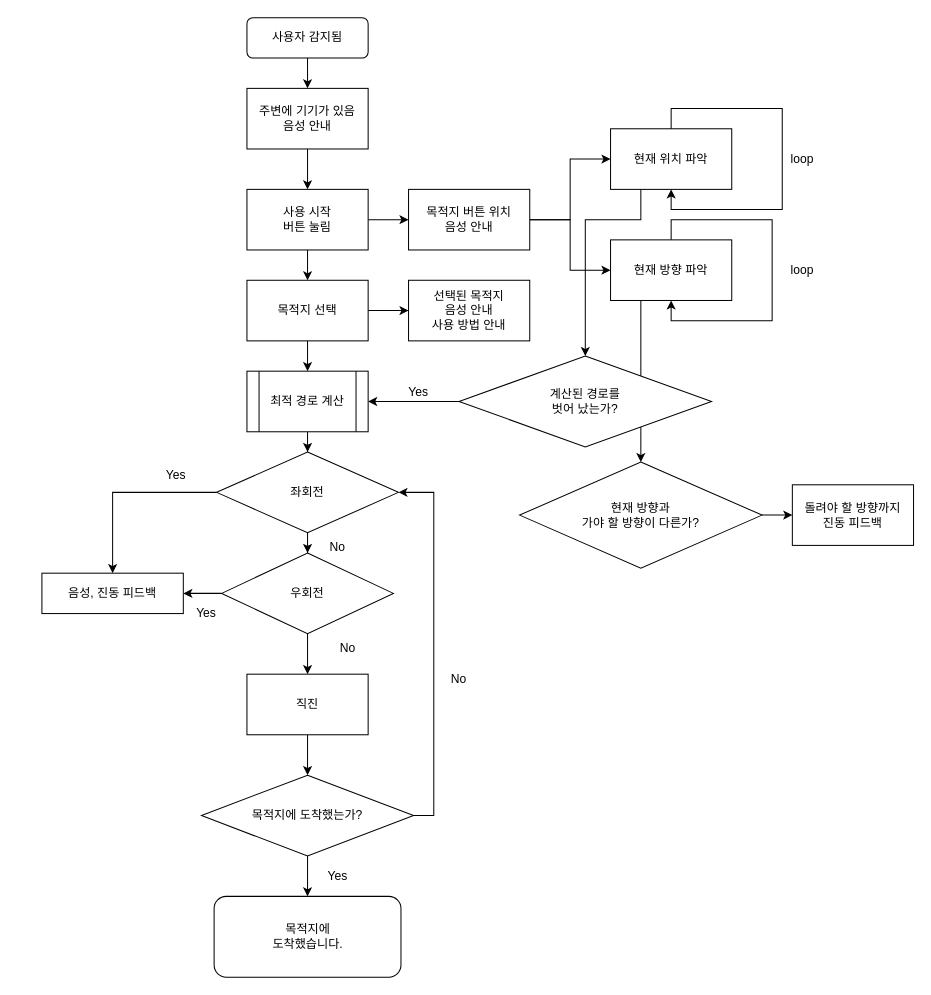
Earlier version of the draw.io diagram 보행기 전체 동작.drawio (alalai012/Memo). Source tidied: cells renumbered, new cells numbered last; positions are measured from the earlier drawing's top-left corner, leaving out a move shared by most shapes. Both pictures are drawn from the tidied source at 101%, with x=0, y=0 at pixel (41, 17).
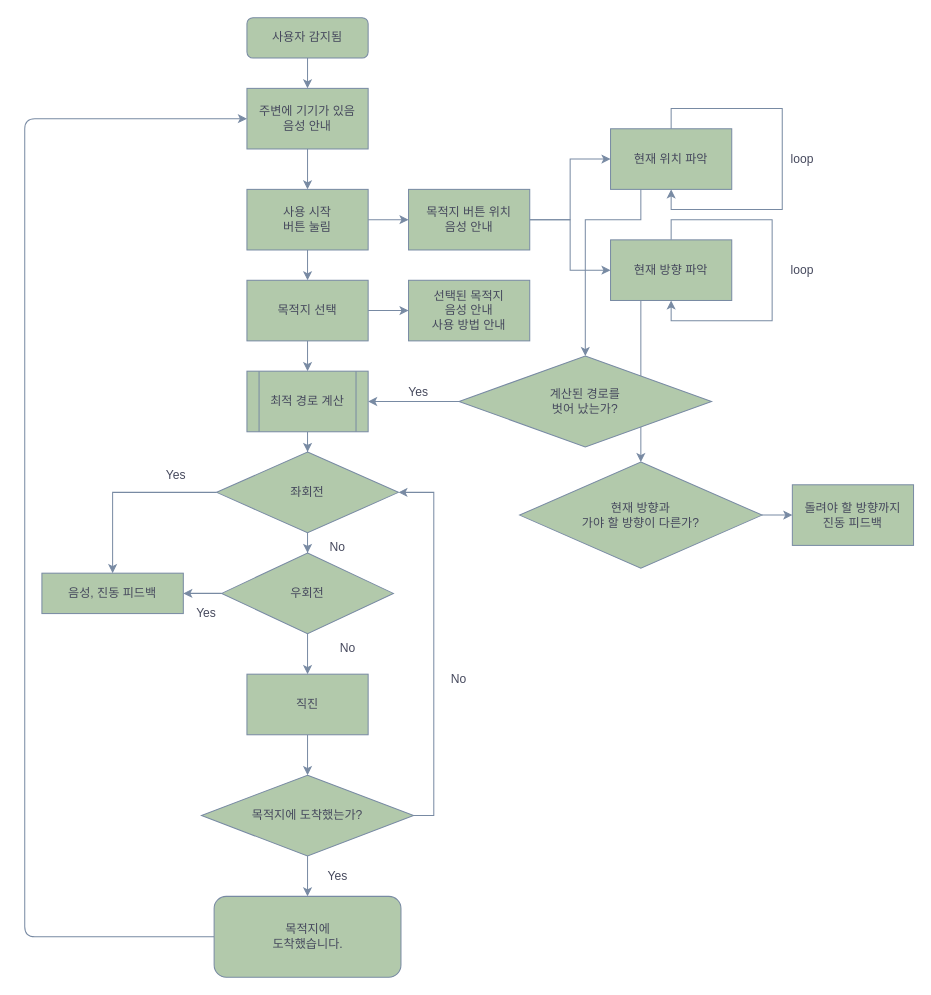
The same page after the edit.

Commit message:
Update 보행기 전체 동작.drawio

The edit, as a diff of the source:
```diff
@@
-    <mxCell id="2" style="edgeStyle=orthogonalEdgeStyle;rounded=0;jettySize=auto;html=1;entryX=0.5;entryY=0;entryDx=0;entryDy=0;" parent="1" edge="1" source="3" target="13">
+    <mxCell id="2" style="edgeStyle=orthogonalEdgeStyle;rounded=0;jettySize=auto;html=1;entryX=0.5;entryY=0;entryDx=0;entryDy=0;strokeColor=#788AA3;fontColor=#46495D;" parent="1" edge="1" source="3" target="13">
       <mxGeometry relative="1" as="geometry" />
     </mxCell>
-    <mxCell id="3" value="사용자 감지됨" style="rounded=1;whiteSpace=wrap;html=1;fontSize=12;glass=0;strokeWidth=1;shadow=0;" parent="1" vertex="1">
+    <mxCell id="3" value="사용자 감지됨" style="rounded=1;whiteSpace=wrap;html=1;fontSize=12;glass=0;strokeWidth=1;shadow=0;fillColor=#B2C9AB;strokeColor=#788AA3;fontColor=#46495D;" parent="1" vertex="1">
       <mxGeometry x="203" width="120" height="40" as="geometry" />
     </mxCell>
-    <mxCell id="4" style="edgeStyle=orthogonalEdgeStyle;rounded=0;jettySize=auto;html=1;" parent="1" edge="1" source="6" target="16">
+    <mxCell id="4" style="edgeStyle=orthogonalEdgeStyle;rounded=0;jettySize=auto;html=1;strokeColor=#788AA3;fontColor=#46495D;" parent="1" edge="1" source="6" target="16">
       <mxGeometry relative="1" as="geometry" />
     </mxCell>
-    <mxCell id="5" style="edgeStyle=orthogonalEdgeStyle;rounded=0;jettySize=auto;html=1;exitX=0.5;exitY=1;exitDx=0;exitDy=0;entryX=0.5;entryY=0;entryDx=0;entryDy=0;" parent="1" edge="1" source="6" target="9">
+    <mxCell id="5" style="edgeStyle=orthogonalEdgeStyle;rounded=0;jettySize=auto;html=1;exitX=0.5;exitY=1;exitDx=0;exitDy=0;entryX=0.5;entryY=0;entryDx=0;entryDy=0;strokeColor=#788AA3;fontColor=#46495D;" parent="1" edge="1" source="6" target="9">
       <mxGeometry relative="1" as="geometry" />
     </mxCell>
-    <mxCell id="6" value="사용 시작&lt;br&gt;버튼 눌림" style="rounded=0;whiteSpace=wrap;html=1;" parent="1" vertex="1">
+    <mxCell id="6" value="사용 시작&lt;br&gt;버튼 눌림" style="rounded=0;whiteSpace=wrap;html=1;fillColor=#B2C9AB;strokeColor=#788AA3;fontColor=#46495D;" parent="1" vertex="1">
       <mxGeometry x="203" y="170" width="120" height="60" as="geometry" />
     </mxCell>
-    <mxCell id="7" style="edgeStyle=orthogonalEdgeStyle;rounded=0;jettySize=auto;html=1;entryX=0;entryY=0.5;entryDx=0;entryDy=0;" parent="1" edge="1" source="9" target="17">
+    <mxCell id="7" style="edgeStyle=orthogonalEdgeStyle;rounded=0;jettySize=auto;html=1;entryX=0;entryY=0.5;entryDx=0;entryDy=0;strokeColor=#788AA3;fontColor=#46495D;" parent="1" edge="1" source="9" target="17">
       <mxGeometry relative="1" as="geometry" />
     </mxCell>
-    <mxCell id="8" style="edgeStyle=orthogonalEdgeStyle;rounded=0;jettySize=auto;html=1;exitX=0.5;exitY=1;exitDx=0;exitDy=0;entryX=0.5;entryY=0;entryDx=0;entryDy=0;" parent="1" edge="1" source="9" target="11">
+    <mxCell id="8" style="edgeStyle=orthogonalEdgeStyle;rounded=0;jettySize=auto;html=1;exitX=0.5;exitY=1;exitDx=0;exitDy=0;entryX=0.5;entryY=0;entryDx=0;entryDy=0;strokeColor=#788AA3;fontColor=#46495D;" parent="1" edge="1" source="9" target="11">
       <mxGeometry relative="1" as="geometry" />
     </mxCell>
-    <mxCell id="9" value="목적지 선택" style="rounded=0;whiteSpace=wrap;html=1;" parent="1" vertex="1">
+    <mxCell id="9" value="목적지 선택" style="rounded=0;whiteSpace=wrap;html=1;fillColor=#B2C9AB;strokeColor=#788AA3;fontColor=#46495D;" parent="1" vertex="1">
       <mxGeometry x="203" y="260" width="120" height="60" as="geometry" />
     </mxCell>
-    <mxCell id="10" style="edgeStyle=orthogonalEdgeStyle;rounded=0;jettySize=auto;html=1;" parent="1" edge="1" source="11" target="34">
+    <mxCell id="10" style="edgeStyle=orthogonalEdgeStyle;rounded=0;jettySize=auto;html=1;strokeColor=#788AA3;fontColor=#46495D;" parent="1" edge="1" source="11" target="34">
       <mxGeometry relative="1" as="geometry" />
     </mxCell>
-    <mxCell id="11" value="최적 경로 계산" style="shape=process;whiteSpace=wrap;html=1;backgroundOutline=1;" parent="1" vertex="1">
+    <mxCell id="11" value="최적 경로 계산" style="shape=process;whiteSpace=wrap;html=1;backgroundOutline=1;fillColor=#B2C9AB;strokeColor=#788AA3;fontColor=#46495D;" parent="1" vertex="1">
       <mxGeometry x="203" y="350" width="120" height="60" as="geometry" />
     </mxCell>
-    <mxCell id="12" style="edgeStyle=orthogonalEdgeStyle;rounded=0;jettySize=auto;html=1;" parent="1" edge="1" source="13" target="6">
+    <mxCell id="12" style="edgeStyle=orthogonalEdgeStyle;rounded=0;jettySize=auto;html=1;strokeColor=#788AA3;fontColor=#46495D;" parent="1" edge="1" source="13" target="6">
       <mxGeometry relative="1" as="geometry" />
     </mxCell>
-    <mxCell id="13" value="주변에 기기가 있음&lt;br&gt;음성 안내" style="rounded=0;whiteSpace=wrap;html=1;" parent="1" vertex="1">
+    <mxCell id="13" value="주변에 기기가 있음&lt;br&gt;음성 안내" style="rounded=0;whiteSpace=wrap;html=1;fillColor=#B2C9AB;strokeColor=#788AA3;fontColor=#46495D;" parent="1" vertex="1">
       <mxGeometry x="203" y="70" width="120" height="60" as="geometry" />
     </mxCell>
-    <mxCell id="14" style="edgeStyle=orthogonalEdgeStyle;rounded=0;jettySize=auto;html=1;" parent="1" edge="1" source="16" target="19">
+    <mxCell id="14" style="edgeStyle=orthogonalEdgeStyle;rounded=0;jettySize=auto;html=1;strokeColor=#788AA3;fontColor=#46495D;" parent="1" edge="1" source="16" target="19">
       <mxGeometry relative="1" as="geometry" />
     </mxCell>
-    <mxCell id="15" style="edgeStyle=orthogonalEdgeStyle;rounded=0;jettySize=auto;html=1;" parent="1" edge="1" source="16" target="21">
+    <mxCell id="15" style="edgeStyle=orthogonalEdgeStyle;rounded=0;jettySize=auto;html=1;strokeColor=#788AA3;fontColor=#46495D;" parent="1" edge="1" source="16" target="21">
       <mxGeometry relative="1" as="geometry" />
     </mxCell>
-    <mxCell id="16" value="목적지 버튼 위치&lt;br&gt;음성 안내" style="whiteSpace=wrap;html=1;rounded=0;" parent="1" vertex="1">
+    <mxCell id="16" value="목적지 버튼 위치&lt;br&gt;음성 안내" style="whiteSpace=wrap;html=1;rounded=0;fillColor=#B2C9AB;strokeColor=#788AA3;fontColor=#46495D;" parent="1" vertex="1">
       <mxGeometry x="363" y="170" width="120" height="60" as="geometry" />
     </mxCell>
-    <mxCell id="17" value="선택된 목적지&lt;br&gt;음성 안내&lt;br&gt;사용 방법 안내" style="whiteSpace=wrap;html=1;rounded=0;" parent="1" vertex="1">
+    <mxCell id="17" value="선택된 목적지&lt;br&gt;음성 안내&lt;br&gt;사용 방법 안내" style="whiteSpace=wrap;html=1;rounded=0;fillColor=#B2C9AB;strokeColor=#788AA3;fontColor=#46495D;" parent="1" vertex="1">
       <mxGeometry x="363" y="260" width="120" height="60" as="geometry" />
     </mxCell>
-    <mxCell id="18" style="edgeStyle=orthogonalEdgeStyle;rounded=0;jettySize=auto;html=1;exitX=0.25;exitY=1;exitDx=0;exitDy=0;entryX=0.5;entryY=0;entryDx=0;entryDy=0;" parent="1" edge="1" source="19" target="27">
+    <mxCell id="18" style="edgeStyle=orthogonalEdgeStyle;rounded=0;jettySize=auto;html=1;exitX=0.25;exitY=1;exitDx=0;exitDy=0;entryX=0.5;entryY=0;entryDx=0;entryDy=0;strokeColor=#788AA3;fontColor=#46495D;" parent="1" edge="1" source="19" target="27">
       <mxGeometry relative="1" as="geometry">
         <Array as="points">
           <mxPoint x="593" y="200" />
           <mxPoint x="538" y="200" />
         </Array>
       </mxGeometry>
     </mxCell>
-    <mxCell id="19" value="현재 위치 파악" style="whiteSpace=wrap;html=1;rounded=0;" parent="1" vertex="1">
+    <mxCell id="19" value="현재 위치 파악" style="whiteSpace=wrap;html=1;rounded=0;fillColor=#B2C9AB;strokeColor=#788AA3;fontColor=#46495D;" parent="1" vertex="1">
       <mxGeometry x="563" y="110" width="120" height="60" as="geometry" />
     </mxCell>
-    <mxCell id="20" style="edgeStyle=orthogonalEdgeStyle;rounded=0;jettySize=auto;html=1;exitX=0.25;exitY=1;exitDx=0;exitDy=0;entryX=0.5;entryY=0;entryDx=0;entryDy=0;" parent="1" edge="1" source="21" target="30">
+    <mxCell id="20" style="edgeStyle=orthogonalEdgeStyle;rounded=0;jettySize=auto;html=1;exitX=0.25;exitY=1;exitDx=0;exitDy=0;entryX=0.5;entryY=0;entryDx=0;entryDy=0;strokeColor=#788AA3;fontColor=#46495D;" parent="1" edge="1" source="21" target="30">
       <mxGeometry relative="1" as="geometry" />
     </mxCell>
-    <mxCell id="21" value="현재 방향 파악" style="whiteSpace=wrap;html=1;rounded=0;" parent="1" vertex="1">
+    <mxCell id="21" value="현재 방향 파악" style="whiteSpace=wrap;html=1;rounded=0;fillColor=#B2C9AB;strokeColor=#788AA3;fontColor=#46495D;" parent="1" vertex="1">
       <mxGeometry x="563" y="220" width="120" height="60" as="geometry" />
     </mxCell>
-    <mxCell id="22" style="edgeStyle=orthogonalEdgeStyle;rounded=0;orthogonalLoop=1;jettySize=auto;html=1;entryX=0.5;entryY=1;entryDx=0;entryDy=0;" parent="1" edge="1" source="19" target="19">
+    <mxCell id="22" style="edgeStyle=orthogonalEdgeStyle;rounded=0;orthogonalLoop=1;jettySize=auto;html=1;entryX=0.5;entryY=1;entryDx=0;entryDy=0;strokeColor=#788AA3;fontColor=#46495D;" parent="1" edge="1" source="19" target="19">
       <mxGeometry relative="1" as="geometry">
         <Array as="points">
           <mxPoint x="623" y="90" />
           <mxPoint x="733" y="90" />
           <mxPoint x="733" y="190" />
           <mxPoint x="623" y="190" />
         </Array>
       </mxGeometry>
     </mxCell>
-    <mxCell id="23" style="edgeStyle=orthogonalEdgeStyle;rounded=0;orthogonalLoop=1;jettySize=auto;html=1;entryX=0.5;entryY=1;entryDx=0;entryDy=0;" parent="1" edge="1" source="21" target="21">
+    <mxCell id="23" style="edgeStyle=orthogonalEdgeStyle;rounded=0;orthogonalLoop=1;jettySize=auto;html=1;entryX=0.5;entryY=1;entryDx=0;entryDy=0;strokeColor=#788AA3;fontColor=#46495D;" parent="1" edge="1" source="21" target="21">
       <mxGeometry relative="1" as="geometry">
         <Array as="points">
           <mxPoint x="623" y="200" />
           <mxPoint x="723" y="200" />
           <mxPoint x="723" y="300" />
           <mxPoint x="623" y="300" />
         </Array>
       </mxGeometry>
     </mxCell>
-    <mxCell id="24" value="loop" style="text;html=1;strokeColor=none;fillColor=none;align=center;verticalAlign=middle;whiteSpace=wrap;rounded=0;" parent="1" vertex="1">
+    <mxCell id="24" value="loop" style="text;html=1;strokeColor=none;fillColor=none;align=center;verticalAlign=middle;whiteSpace=wrap;rounded=0;fontColor=#46495D;" parent="1" vertex="1">
       <mxGeometry x="723" y="130" width="60" height="20" as="geometry" />
     </mxCell>
-    <mxCell id="25" value="loop" style="text;html=1;strokeColor=none;fillColor=none;align=center;verticalAlign=middle;whiteSpace=wrap;rounded=0;" parent="1" vertex="1">
+    <mxCell id="25" value="loop" style="text;html=1;strokeColor=none;fillColor=none;align=center;verticalAlign=middle;whiteSpace=wrap;rounded=0;fontColor=#46495D;" parent="1" vertex="1">
       <mxGeometry x="723" y="240" width="60" height="20" as="geometry" />
     </mxCell>
-    <mxCell id="26" style="edgeStyle=orthogonalEdgeStyle;rounded=0;jettySize=auto;html=1;exitX=0;exitY=0.5;exitDx=0;exitDy=0;entryX=1;entryY=0.5;entryDx=0;entryDy=0;" parent="1" edge="1" source="27" target="11">
+    <mxCell id="26" style="edgeStyle=orthogonalEdgeStyle;rounded=0;jettySize=auto;html=1;exitX=0;exitY=0.5;exitDx=0;exitDy=0;entryX=1;entryY=0.5;entryDx=0;entryDy=0;strokeColor=#788AA3;fontColor=#46495D;" parent="1" edge="1" source="27" target="11">
       <mxGeometry relative="1" as="geometry" />
     </mxCell>
-    <mxCell id="27" value="계산된 경로를&lt;br&gt;벗어 났는가?" style="rhombus;whiteSpace=wrap;html=1;" parent="1" vertex="1">
+    <mxCell id="27" value="계산된 경로를&lt;br&gt;벗어 났는가?" style="rhombus;whiteSpace=wrap;html=1;fillColor=#B2C9AB;strokeColor=#788AA3;fontColor=#46495D;" parent="1" vertex="1">
       <mxGeometry x="413" y="335" width="250" height="90" as="geometry" />
     </mxCell>
-    <mxCell id="28" value="Yes" style="text;html=1;strokeColor=none;fillColor=none;align=center;verticalAlign=middle;whiteSpace=wrap;rounded=0;" parent="1" vertex="1">
+    <mxCell id="28" value="Yes" style="text;html=1;strokeColor=none;fillColor=none;align=center;verticalAlign=middle;whiteSpace=wrap;rounded=0;fontColor=#46495D;" parent="1" vertex="1">
       <mxGeometry x="353" y="370" width="40" as="geometry" />
     </mxCell>
-    <mxCell id="29" style="edgeStyle=orthogonalEdgeStyle;rounded=0;jettySize=auto;html=1;" parent="1" edge="1" source="30" target="31">
+    <mxCell id="29" style="edgeStyle=orthogonalEdgeStyle;rounded=0;jettySize=auto;html=1;strokeColor=#788AA3;fontColor=#46495D;" parent="1" edge="1" source="30" target="31">
       <mxGeometry relative="1" as="geometry" />
     </mxCell>
-    <mxCell id="30" value="현재 방향과&lt;br&gt;가야 할 방향이 다른가?" style="rhombus;whiteSpace=wrap;html=1;" parent="1" vertex="1">
+    <mxCell id="30" value="현재 방향과&lt;br&gt;가야 할 방향이 다른가?" style="rhombus;whiteSpace=wrap;html=1;fillColor=#B2C9AB;strokeColor=#788AA3;fontColor=#46495D;" parent="1" vertex="1">
       <mxGeometry x="473" y="440" width="240" height="105" as="geometry" />
     </mxCell>
-    <mxCell id="31" value="돌려야 할 방향까지&lt;br&gt;진동 피드백" style="whiteSpace=wrap;html=1;" parent="1" vertex="1">
+    <mxCell id="31" value="돌려야 할 방향까지&lt;br&gt;진동 피드백" style="whiteSpace=wrap;html=1;fillColor=#B2C9AB;strokeColor=#788AA3;fontColor=#46495D;" parent="1" vertex="1">
       <mxGeometry x="743" y="462.5" width="120" height="60" as="geometry" />
     </mxCell>
-    <mxCell id="32" style="edgeStyle=orthogonalEdgeStyle;rounded=0;jettySize=auto;html=1;" parent="1" edge="1" source="34" target="36">
+    <mxCell id="32" style="edgeStyle=orthogonalEdgeStyle;rounded=0;jettySize=auto;html=1;strokeColor=#788AA3;fontColor=#46495D;" parent="1" edge="1" source="34" target="36">
       <mxGeometry relative="1" as="geometry" />
     </mxCell>
-    <mxCell id="33" style="edgeStyle=orthogonalEdgeStyle;rounded=0;jettySize=auto;html=1;exitX=0;exitY=0.5;exitDx=0;exitDy=0;entryX=0.5;entryY=0;entryDx=0;entryDy=0;" parent="1" edge="1" source="34" target="42">
+    <mxCell id="33" style="edgeStyle=orthogonalEdgeStyle;rounded=0;jettySize=auto;html=1;exitX=0;exitY=0.5;exitDx=0;exitDy=0;entryX=0.5;entryY=0;entryDx=0;entryDy=0;strokeColor=#788AA3;fontColor=#46495D;" parent="1" edge="1" source="34" target="42">
       <mxGeometry relative="1" as="geometry" />
     </mxCell>
-    <mxCell id="34" value="좌회전" style="rhombus;whiteSpace=wrap;html=1;" parent="1" vertex="1">
+    <mxCell id="34" value="좌회전" style="rhombus;whiteSpace=wrap;html=1;fillColor=#B2C9AB;strokeColor=#788AA3;fontColor=#46495D;" parent="1" vertex="1">
       <mxGeometry x="173" y="430" width="180" height="80" as="geometry" />
     </mxCell>
-    <mxCell id="35" style="edgeStyle=orthogonalEdgeStyle;rounded=0;jettySize=auto;html=1;exitX=0;exitY=0.5;exitDx=0;exitDy=0;entryX=1;entryY=0.5;entryDx=0;entryDy=0;" parent="1" edge="1" source="36" target="42">
+    <mxCell id="35" style="edgeStyle=orthogonalEdgeStyle;rounded=0;jettySize=auto;html=1;exitX=0;exitY=0.5;exitDx=0;exitDy=0;entryX=1;entryY=0.5;entryDx=0;entryDy=0;strokeColor=#788AA3;fontColor=#46495D;" parent="1" edge="1" source="36" target="42">
       <mxGeometry relative="1" as="geometry" />
     </mxCell>
-    <mxCell id="36" value="우회전" style="rhombus;whiteSpace=wrap;html=1;" parent="1" vertex="1">
+    <mxCell id="36" value="우회전" style="rhombus;whiteSpace=wrap;html=1;fillColor=#B2C9AB;strokeColor=#788AA3;fontColor=#46495D;" parent="1" vertex="1">
       <mxGeometry x="178" y="530" width="170" height="80" as="geometry" />
     </mxCell>
-    <mxCell id="37" style="edgeStyle=orthogonalEdgeStyle;rounded=0;orthogonalLoop=1;jettySize=auto;html=1;exitX=0;exitY=0.5;exitDx=0;exitDy=0;" parent="1" edge="1">
+    <mxCell id="37" style="edgeStyle=orthogonalEdgeStyle;rounded=0;orthogonalLoop=1;jettySize=auto;html=1;exitX=0;exitY=0.5;exitDx=0;exitDy=0;strokeColor=#788AA3;fontColor=#46495D;" parent="1" edge="1">
       <mxGeometry relative="1" as="geometry">
         <mxPoint x="173" y="670" as="sourcePoint" />
         <mxPoint x="172.3" y="669.7" as="targetPoint" />
       </mxGeometry>
     </mxCell>
-    <mxCell id="38" style="edgeStyle=orthogonalEdgeStyle;rounded=0;jettySize=auto;html=1;exitX=0.5;exitY=1;exitDx=0;exitDy=0;" parent="1" edge="1" source="49" target="47">
+    <mxCell id="38" style="edgeStyle=orthogonalEdgeStyle;rounded=0;jettySize=auto;html=1;exitX=0.5;exitY=1;exitDx=0;exitDy=0;strokeColor=#788AA3;fontColor=#46495D;" parent="1" edge="1" source="49" target="47">
       <mxGeometry relative="1" as="geometry" />
     </mxCell>
-    <mxCell id="39" value="No" style="text;html=1;strokeColor=none;fillColor=none;align=center;verticalAlign=middle;whiteSpace=wrap;rounded=0;" parent="1" vertex="1">
+    <mxCell id="39" value="No" style="text;html=1;strokeColor=none;fillColor=none;align=center;verticalAlign=middle;whiteSpace=wrap;rounded=0;fontColor=#46495D;" parent="1" vertex="1">
       <mxGeometry x="263" y="510" width="60" height="30" as="geometry" />
     </mxCell>
-    <mxCell id="40" style="edgeStyle=orthogonalEdgeStyle;rounded=0;jettySize=auto;html=1;exitX=0.5;exitY=1;exitDx=0;exitDy=0;" parent="1" edge="1" source="36" target="49">
+    <mxCell id="40" style="edgeStyle=orthogonalEdgeStyle;rounded=0;jettySize=auto;html=1;exitX=0.5;exitY=1;exitDx=0;exitDy=0;strokeColor=#788AA3;fontColor=#46495D;" parent="1" edge="1" source="36" target="49">
       <mxGeometry relative="1" as="geometry" />
     </mxCell>
-    <mxCell id="41" value="No" style="text;html=1;strokeColor=none;fillColor=none;align=center;verticalAlign=middle;whiteSpace=wrap;rounded=0;" parent="1" vertex="1">
+    <mxCell id="41" value="No" style="text;html=1;strokeColor=none;fillColor=none;align=center;verticalAlign=middle;whiteSpace=wrap;rounded=0;fontColor=#46495D;" parent="1" vertex="1">
       <mxGeometry x="273" y="610" width="60" height="30" as="geometry" />
     </mxCell>
-    <mxCell id="42" value="음성, 진동 피드백" style="rounded=0;whiteSpace=wrap;html=1;" parent="1" vertex="1">
+    <mxCell id="42" value="음성, 진동 피드백" style="rounded=0;whiteSpace=wrap;html=1;fillColor=#B2C9AB;strokeColor=#788AA3;fontColor=#46495D;" parent="1" vertex="1">
       <mxGeometry y="550" width="140" height="40" as="geometry" />
     </mxCell>
-    <mxCell id="43" value="Yes" style="text;html=1;strokeColor=none;fillColor=none;align=center;verticalAlign=middle;whiteSpace=wrap;rounded=0;" parent="1" vertex="1">
+    <mxCell id="43" value="Yes" style="text;html=1;strokeColor=none;fillColor=none;align=center;verticalAlign=middle;whiteSpace=wrap;rounded=0;fontColor=#46495D;" parent="1" vertex="1">
       <mxGeometry x="113" y="442.5" width="40" height="20" as="geometry" />
     </mxCell>
-    <mxCell id="44" value="Yes" style="text;html=1;strokeColor=none;fillColor=none;align=center;verticalAlign=middle;whiteSpace=wrap;rounded=0;" parent="1" vertex="1">
+    <mxCell id="44" value="Yes" style="text;html=1;strokeColor=none;fillColor=none;align=center;verticalAlign=middle;whiteSpace=wrap;rounded=0;fontColor=#46495D;" parent="1" vertex="1">
       <mxGeometry x="143" y="580" width="40" height="20" as="geometry" />
     </mxCell>
-    <mxCell id="45" style="edgeStyle=orthogonalEdgeStyle;rounded=0;jettySize=auto;html=1;exitX=1;exitY=0.5;exitDx=0;exitDy=0;entryX=1;entryY=0.5;entryDx=0;entryDy=0;" parent="1" edge="1" source="47" target="34">
+    <mxCell id="45" style="edgeStyle=orthogonalEdgeStyle;rounded=0;jettySize=auto;html=1;exitX=1;exitY=0.5;exitDx=0;exitDy=0;entryX=1;entryY=0.5;entryDx=0;entryDy=0;strokeColor=#788AA3;fontColor=#46495D;" parent="1" edge="1" source="47" target="34">
       <mxGeometry relative="1" as="geometry" />
     </mxCell>
-    <mxCell id="46" style="edgeStyle=orthogonalEdgeStyle;rounded=0;jettySize=auto;html=1;exitX=0.5;exitY=1;exitDx=0;exitDy=0;entryX=0.5;entryY=0;entryDx=0;entryDy=0;" parent="1" edge="1" source="47" target="51">
+    <mxCell id="46" style="edgeStyle=orthogonalEdgeStyle;rounded=0;jettySize=auto;html=1;exitX=0.5;exitY=1;exitDx=0;exitDy=0;entryX=0.5;entryY=0;entryDx=0;entryDy=0;strokeColor=#788AA3;fontColor=#46495D;" parent="1" edge="1" source="47" target="51">
       <mxGeometry relative="1" as="geometry" />
     </mxCell>
-    <mxCell id="47" value="목적지에 도착했는가?" style="rhombus;whiteSpace=wrap;html=1;" parent="1" vertex="1">
+    <mxCell id="47" value="목적지에 도착했는가?" style="rhombus;whiteSpace=wrap;html=1;fillColor=#B2C9AB;strokeColor=#788AA3;fontColor=#46495D;" parent="1" vertex="1">
       <mxGeometry x="158" y="750" width="210" height="80" as="geometry" />
     </mxCell>
-    <mxCell id="48" value="No" style="text;html=1;strokeColor=none;fillColor=none;align=center;verticalAlign=middle;whiteSpace=wrap;rounded=0;" parent="1" vertex="1">
+    <mxCell id="48" value="No" style="text;html=1;strokeColor=none;fillColor=none;align=center;verticalAlign=middle;whiteSpace=wrap;rounded=0;fontColor=#46495D;" parent="1" vertex="1">
       <mxGeometry x="383" y="640" width="60" height="30" as="geometry" />
     </mxCell>
-    <mxCell id="49" value="직진" style="whiteSpace=wrap;html=1;" parent="1" vertex="1">
+    <mxCell id="49" value="직진" style="whiteSpace=wrap;html=1;fillColor=#B2C9AB;strokeColor=#788AA3;fontColor=#46495D;" parent="1" vertex="1">
       <mxGeometry x="203" y="650" width="120" height="60" as="geometry" />
     </mxCell>
-    <mxCell id="50" value="Yes" style="text;html=1;strokeColor=none;fillColor=none;align=center;verticalAlign=middle;whiteSpace=wrap;rounded=0;" parent="1" vertex="1">
+    <mxCell id="50" value="Yes" style="text;html=1;strokeColor=none;fillColor=none;align=center;verticalAlign=middle;whiteSpace=wrap;rounded=0;fontColor=#46495D;" parent="1" vertex="1">
       <mxGeometry x="273" y="840" width="40" height="20" as="geometry" />
     </mxCell>
+    <mxCell id="52" style="edgeStyle=orthogonalEdgeStyle;curved=0;rounded=1;sketch=0;jettySize=auto;html=1;entryX=0;entryY=0.5;entryDx=0;entryDy=0;fontColor=#46495D;strokeColor=#788AA3;fillColor=#B2C9AB;" parent="1" edge="1" source="51" target="13">
+      <mxGeometry relative="1" as="geometry">
+        <Array as="points">
+          <mxPoint x="-17" y="910" />
+          <mxPoint x="-17" y="100" />
+        </Array>
+      </mxGeometry>
+    </mxCell>
-    <mxCell id="51" value="목적지에&lt;br&gt;도착했습니다." style="rounded=1;whiteSpace=wrap;html=1;" parent="1" vertex="1">
+    <mxCell id="51" value="목적지에&lt;br&gt;도착했습니다." style="rounded=1;whiteSpace=wrap;html=1;fillColor=#B2C9AB;strokeColor=#788AA3;fontColor=#46495D;" parent="1" vertex="1">
       <mxGeometry x="170.5" y="870" width="185" height="80" as="geometry" />
     </mxCell>
```
